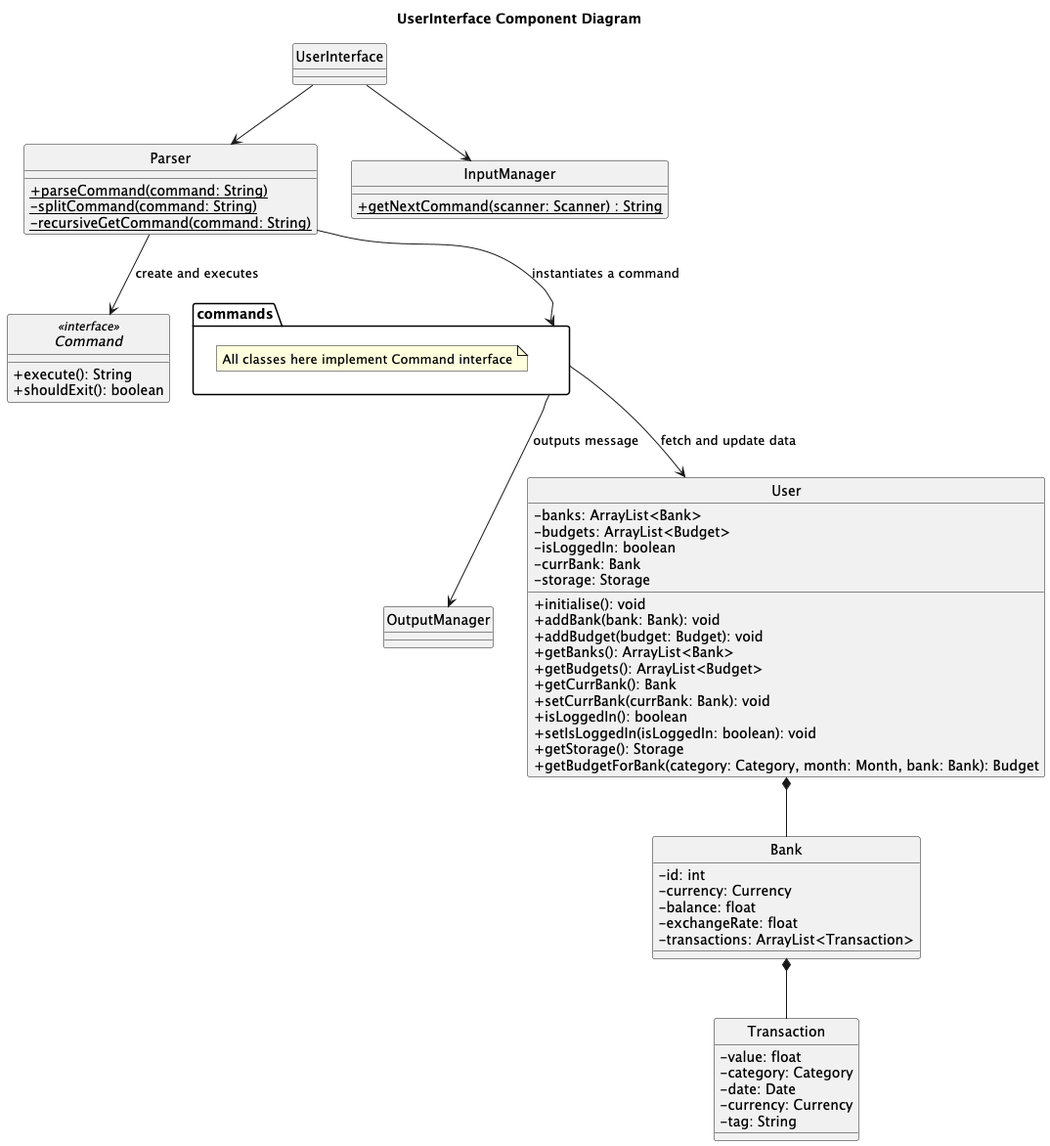
Above: docs/team/UserInterface/UserInterface_Component_Diagram.png in AY2526S1-CS2113-W10-2/tp (PlantUML), before the change. Source of this version:
```plantuml
@startuml
hide circle

title UserInterface Component Diagram


skinparam classAttributeIconSize 0

class UserInterface
class Parser {
    + {static} parseCommand(command: String)
    - {static} splitCommand(command: String)
    - {static} recursiveGetCommand(command: String)
}
class OutputManager
class User {
    - banks: ArrayList<Bank>
    - budgets: ArrayList<Budget>
    - isLoggedIn: boolean
    - currBank: Bank
    - storage: Storage
    + initialise(): void
    + addBank(bank: Bank): void
    + addBudget(budget: Budget): void
    + getBanks(): ArrayList<Bank>
    + getBudgets(): ArrayList<Budget>
    + getCurrBank(): Bank
    + setCurrBank(currBank: Bank): void
    + isLoggedIn(): boolean
    + setIsLoggedIn(isLoggedIn: boolean): void
    + getStorage(): Storage
    + getBudgetForBank(category: Category, month: Month, bank: Bank): Budget
}
class InputManager {
    + {static} getNextCommand(scanner: Scanner) : String
}
interface Command <<interface>> {
    + execute(): String
    + shouldExit(): boolean
}
class Transaction {
    -value: float
    -category: Category
    -date: Date
    -currency: Currency
    -tag: String
}
class Bank {
    -id: int
    -currency: Currency
    -balance: float
    -exchangeRate: float
    -transactions: ArrayList<Transaction>
}

package commands <<Folder>> {
    note "All classes here implement Command interface" as N
}

UserInterface --> InputManager
UserInterface --> Parser

Parser --> commands : instantiates a command
Parser --> Command : create and executes
commands --> User : fetch and update data
commands --> OutputManager: outputs message

User *-- Bank
Bank *-- Transaction

@enduml
```
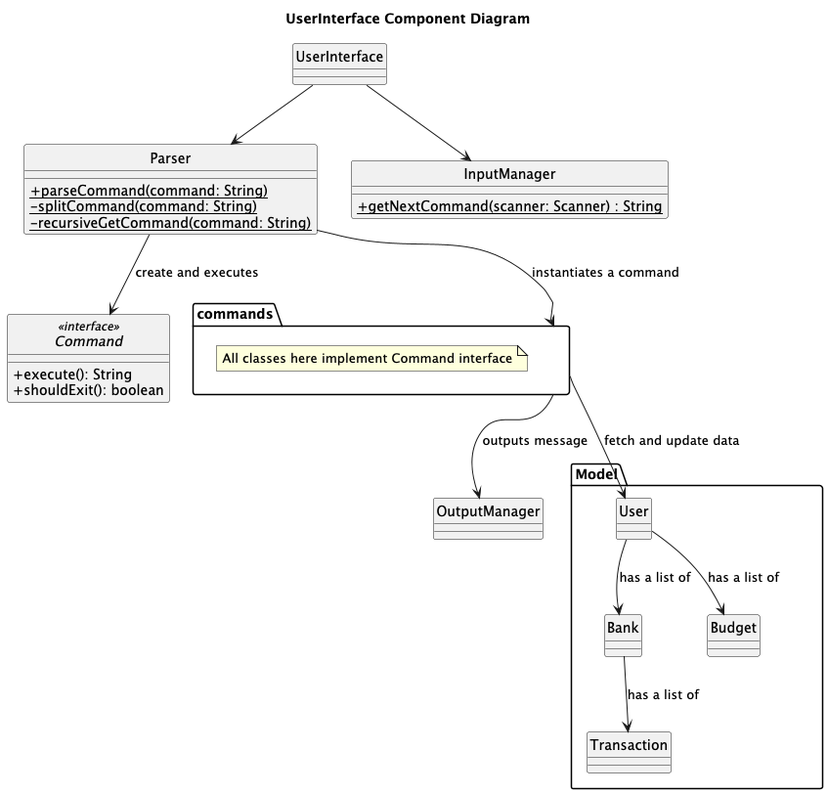
After the change.

Commit message:
Add DeveloperGuide of User API

The edit, as a diff of the source:
```diff
@@ -13,23 +13,16 @@
     - {static} recursiveGetCommand(command: String)
 }
 class OutputManager
-class User {
-    - banks: ArrayList<Bank>
-    - budgets: ArrayList<Budget>
-    - isLoggedIn: boolean
-    - currBank: Bank
-    - storage: Storage
-    + initialise(): void
-    + addBank(bank: Bank): void
-    + addBudget(budget: Budget): void
-    + getBanks(): ArrayList<Bank>
-    + getBudgets(): ArrayList<Budget>
-    + getCurrBank(): Bank
-    + setCurrBank(currBank: Bank): void
-    + isLoggedIn(): boolean
-    + setIsLoggedIn(isLoggedIn: boolean): void
-    + getStorage(): Storage
-    + getBudgetForBank(category: Category, month: Month, bank: Bank): Budget
+
+package "Model" {
+    class User {
+    }
+    class Transaction {
+    }
+    class Bank {
+    }
+    class Budget {
+    }
 }
 class InputManager {
     + {static} getNextCommand(scanner: Scanner) : String
@@ -37,20 +30,6 @@
 interface Command <<interface>> {
     + execute(): String
     + shouldExit(): boolean
-}
-class Transaction {
-    -value: float
-    -category: Category
-    -date: Date
-    -currency: Currency
-    -tag: String
-}
-class Bank {
-    -id: int
-    -currency: Currency
-    -balance: float
-    -exchangeRate: float
-    -transactions: ArrayList<Transaction>
 }
 
 package commands <<Folder>> {
@@ -65,7 +44,8 @@
 commands --> User : fetch and update data
 commands --> OutputManager: outputs message
 
-User *-- Bank
-Bank *-- Transaction
+User --> Budget : has a list of
+User --> Bank : has a list of
+Bank --> Transaction : has a list of
 
 @enduml
```
